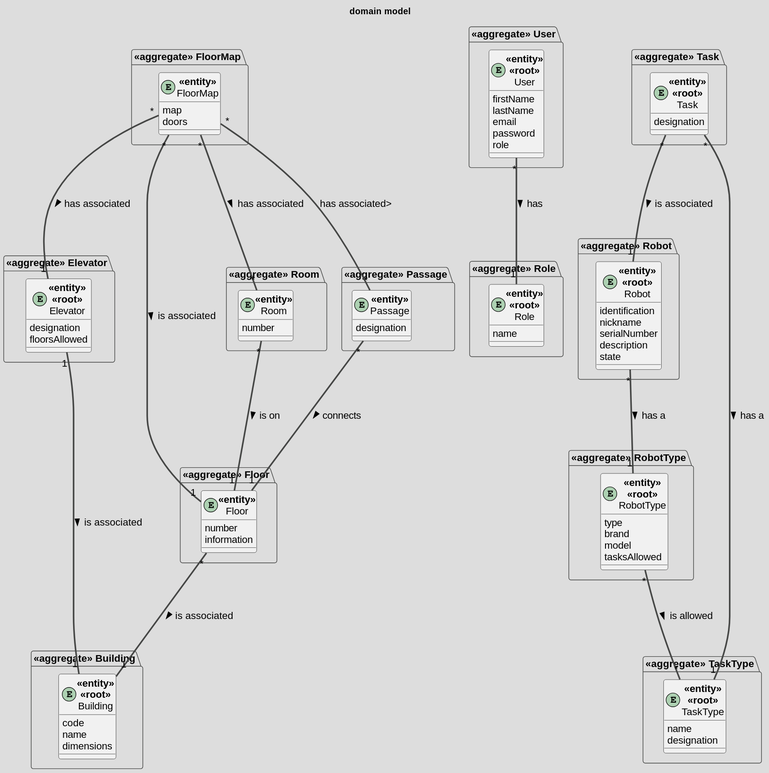
The PlantUML diagram docs/domain_model.svg in ruben1132/PI5_23-24, before a commit. Source of this version:
```plantuml
@startuml
skinparamlocked defaultFontSize 20
skinparam DefaultFontName Arial
skinparam DefaultFontSize 16
skinparam DefaultFontStyle bold
skinparam ArrowThickness 2.5
!theme toy

title domain model

package "<<aggregate>> Building"{

    entity Building <<entity>><<root>>{
        code
        name
        dimensions
    }

}

package "<<aggregate>> Elevator"{

    entity Elevator <<entity>><<root>>{
        designation
        floorsAllowed
    }

}

package "<<aggregate>> Floor"{
    entity Floor <<entity>>{
        number
        information
    }
}

package "<<aggregate>> FloorMap"{
    entity FloorMap <<entity>>{
        map
        doors
    }
}

package "<<aggregate>> Room"{
    entity Room <<entity>>{
        number
    }
}

package "<<aggregate>> Passage"{
    entity Passage <<entity>>{
        designation
    }
}


package "<<aggregate>> User"{
    entity User <<entity>><<root>>{
        firstName
        lastName
        email
        password
        role
    }
}

package "<<aggregate>> Robot"{
    entity Robot <<entity>><<root>>{
        identification
        nickname
        serialNumber
        description
        state
    }
}

package "<<aggregate>> RobotType"{
    entity RobotType <<entity>><<root>>{
        type
        brand
        model
        tasksAllowed
    }
}

package "<<aggregate>> Role"{
    entity Role <<entity>><<root>>{
        name
    }
}





package "<<aggregate>> Task"{
    entity Task <<entity>><<root>>{
        designation
    }
}

package "<<aggregate>> TaskType"{
    entity TaskType <<entity>><<root>>{
        name
        designation
    }
}

User "*" --- "1" Role: has >

Floor "*" --- "1" Building: is associated >
Elevator "1" --- "1" Building: is associated >

Room "*" --- "1" Floor: is on >

Passage "*" --- "1" Floor: connects >

Task "*" --- "1" Robot: is associated >
Task "*" --- "1" TaskType: has a >

Robot "*" --- "1" RobotType: has a >

RobotType "*" --- "*" TaskType: is allowed >

FloorMap "*" --- "1" Floor: is associated >
FloorMap "*" --- "*" Passage: has associated>
FloorMap "*" --- "*" Room: has associated >
FloorMap "*" --- "1" Elevator: has associated >

@enduml
```
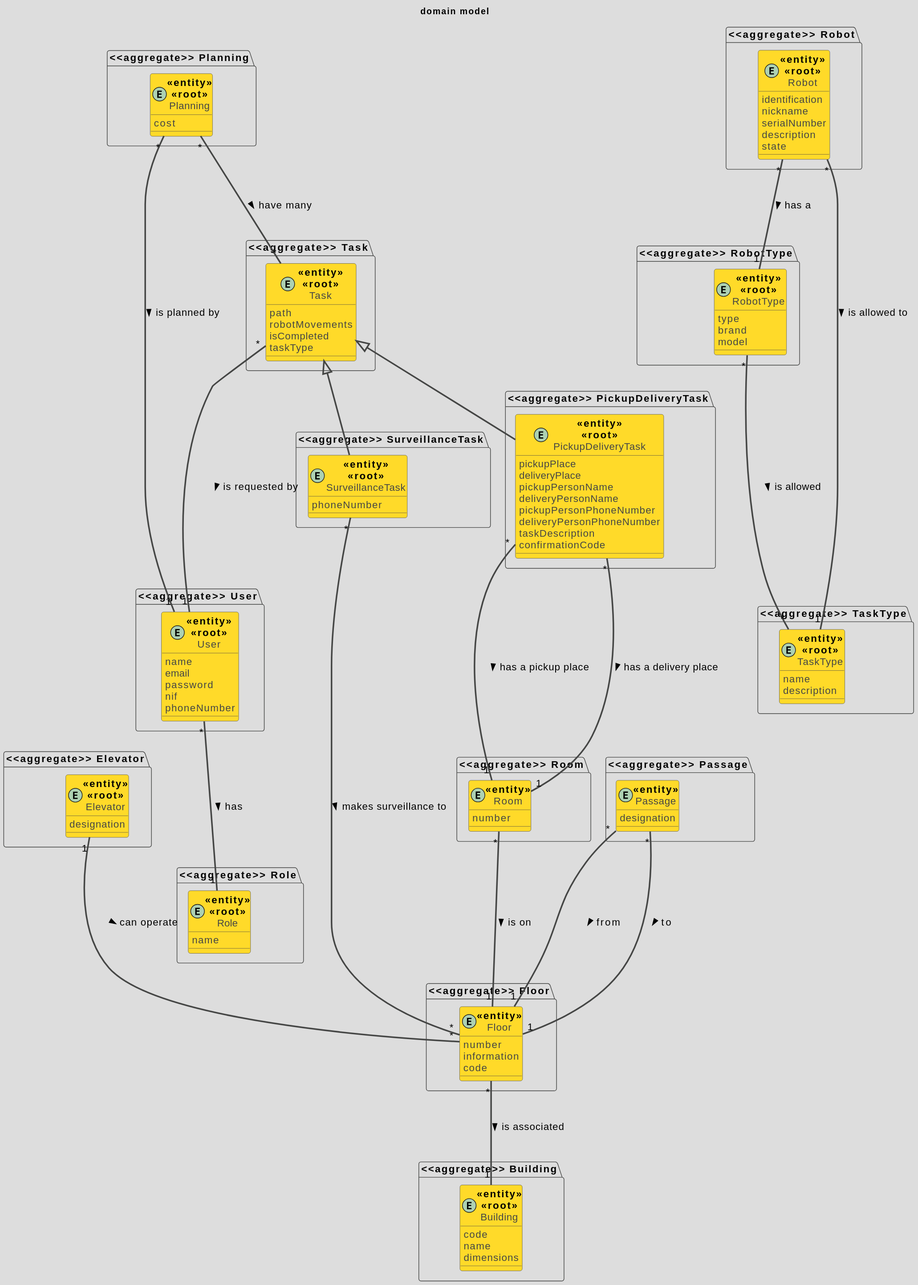
Later version of the same file.

Change to the diagram source:
```diff
@@ -1,5 +1,4 @@
-@startuml
-skinparamlocked defaultFontSize 20
+@startuml domain model
 skinparam DefaultFontName Arial
 skinparam DefaultFontSize 16
 skinparam DefaultFontStyle bold
@@ -22,7 +21,6 @@
 
     entity Elevator <<entity>><<root>>{
         designation
-        floorsAllowed
     }
 
 }
@@ -31,13 +29,7 @@
     entity Floor <<entity>>{
         number
         information
-    }
-}
-
-package "<<aggregate>> FloorMap"{
-    entity FloorMap <<entity>>{
-        map
-        doors
+        code
     }
 }
 
@@ -56,11 +48,11 @@
 
 package "<<aggregate>> User"{
     entity User <<entity>><<root>>{
-        firstName
-        lastName
+        name
         email
         password
-        role
+        nif
+        phoneNumber
     }
 }
 
@@ -79,7 +71,6 @@
         type
         brand
         model
-        tasksAllowed
     }
 }
 
@@ -89,42 +80,78 @@
     }
 }
 
-
-
-
-
 package "<<aggregate>> Task"{
     entity Task <<entity>><<root>>{
-        designation
+        path
+        robotMovements
+        isCompleted
+        taskType
     }
 }
+
+package "<<aggregate>> SurveillanceTask" {
+    entity SurveillanceTask <<entity>><<root>> {
+        phoneNumber
+    }
+}
+
+package "<<aggregate>> PickupDeliveryTask" {
+    entity PickupDeliveryTask <<entity>><<root>> {
+        pickupPlace
+        deliveryPlace
+        pickupPersonName
+        deliveryPersonName
+        pickupPersonPhoneNumber
+        deliveryPersonPhoneNumber
+        taskDescription
+        confirmationCode
+    }
+}
+
+package "<<aggregate>> Planning"{
+    entity Planning <<entity>><<root>>{
+        cost
+    }
+}
+
 
 package "<<aggregate>> TaskType"{
     entity TaskType <<entity>><<root>>{
         name
-        designation
+        description
     }
 }
 
 User "*" --- "1" Role: has >
 
 Floor "*" --- "1" Building: is associated >
-Elevator "1" --- "1" Building: is associated >
+
+Elevator "1" --- "*" Floor: can operate >
 
 Room "*" --- "1" Floor: is on >
 
-Passage "*" --- "1" Floor: connects >
+Passage "*" --- "1" Floor: from >
+Passage "*" --- "1" Floor: to >
 
-Task "*" --- "1" Robot: is associated >
-Task "*" --- "1" TaskType: has a >
+Task "*" --- "1" User: is requested by >
+
+SurveillanceTask "*" --- "*" Floor: makes surveillance to >
+
+PickupDeliveryTask "*" --- "1" Room: has a pickup place >
+PickupDeliveryTask "*" --- "1" Room: has a delivery place >
+
+Planning "*" --- "*" Task: have many >
+Planning "*" --- "1" User: is planned by >
+
 
 Robot "*" --- "1" RobotType: has a >
+Robot "*" --- "1" TaskType: is allowed to >
 
 RobotType "*" --- "*" TaskType: is allowed >
 
-FloorMap "*" --- "1" Floor: is associated >
-FloorMap "*" --- "*" Passage: has associated>
-FloorMap "*" --- "*" Room: has associated >
-FloorMap "*" --- "1" Elevator: has associated >
+
+Task <|-- SurveillanceTask
+Task <|-- PickupDeliveryTask
+
 
 @enduml
```
